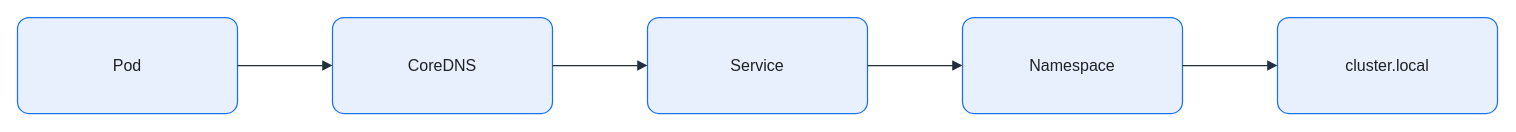
Earlier version of the draw.io diagram assets/img/kubernetes/kubernetes-fqdn-resolution.drawio (KKamJi98/kkamji98.github.io). Source tidied: cells renumbered, new cells numbered last; positions are measured from the earlier drawing's top-left corner, leaving out a move shared by most shapes. Both pictures are drawn from the tidied source at 100%, with x=0, y=0 at pixel (17, 17).
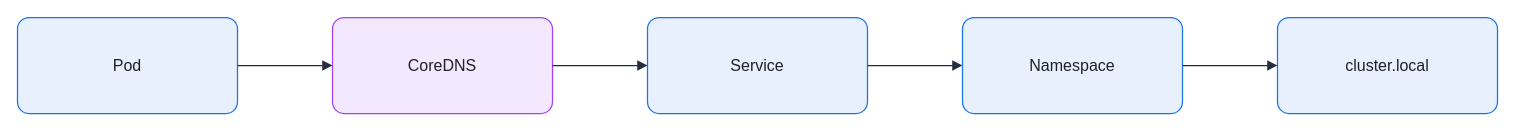
The same page after the edit.

The edit, as a diff of the source:
```diff
@@
 <mxGraphModel background="#FFFFFF">
   <root>
     <mxCell id="0" />
     <mxCell id="1" parent="0" />
     <mxCell id="2" value="Pod" style="rounded=1;arcSize=12;whiteSpace=wrap;html=0;fillColor=#E8F0FE;strokeColor=#1A73E8;strokeWidth=1.25;fontColor=#202124;fontSize=16;align=center;verticalAlign=middle;spacing=8;shadow=0;" parent="1" vertex="1">
       <mxGeometry width="220" height="96" as="geometry" />
     </mxCell>
-    <mxCell id="3" value="CoreDNS" style="rounded=1;arcSize=12;whiteSpace=wrap;html=0;fillColor=#E8F0FE;strokeColor=#1A73E8;strokeWidth=1.25;fontColor=#202124;fontSize=16;align=center;verticalAlign=middle;spacing=8;shadow=0;" parent="1" vertex="1">
+    <mxCell id="3" value="CoreDNS" style="rounded=1;arcSize=12;whiteSpace=wrap;html=0;fillColor=#F3E8FD;strokeColor=#A142F4;strokeWidth=1.25;fontColor=#202124;fontSize=16;align=center;verticalAlign=middle;spacing=8;shadow=0;" parent="1" vertex="1">
       <mxGeometry x="315" width="220" height="96" as="geometry" />
     </mxCell>
     <mxCell id="4" value="Service" style="rounded=1;arcSize=12;whiteSpace=wrap;html=0;fillColor=#E8F0FE;strokeColor=#1A73E8;strokeWidth=1.25;fontColor=#202124;fontSize=16;align=center;verticalAlign=middle;spacing=8;shadow=0;" parent="1" vertex="1">
       <mxGeometry x="630" width="220" height="96" as="geometry" />
     </mxCell>
     <mxCell id="5" value="Namespace" style="rounded=1;arcSize=12;whiteSpace=wrap;html=0;fillColor=#E8F0FE;strokeColor=#1A73E8;strokeWidth=1.25;fontColor=#202124;fontSize=16;align=center;verticalAlign=middle;spacing=8;shadow=0;" parent="1" vertex="1">
       <mxGeometry x="945" width="220" height="96" as="geometry" />
     </mxCell>
     <mxCell id="6" value="cluster.local" style="rounded=1;arcSize=12;whiteSpace=wrap;html=0;fillColor=#E8F0FE;strokeColor=#1A73E8;strokeWidth=1.25;fontColor=#202124;fontSize=16;align=center;verticalAlign=middle;spacing=8;shadow=0;" parent="1" vertex="1">
       <mxGeometry x="1260" width="220" height="96" as="geometry" />
     </mxCell>
     <mxCell id="7" style="edgeStyle=orthogonalEdgeStyle;rounded=0;jettySize=auto;html=0;endArrow=block;endFill=1;strokeColor=#232F3E;strokeWidth=1.25;fontColor=#202124;labelBackgroundColor=none;exitX=1;exitY=0.5;exitDx=0;exitDy=0;entryX=0;entryY=0.5;entryDx=0;entryDy=0;endSize=7;" parent="1" edge="1" source="2" target="3">
       <mxGeometry relative="1" as="geometry" />
     </mxCell>
     <mxCell id="8" style="edgeStyle=orthogonalEdgeStyle;rounded=0;jettySize=auto;html=0;endArrow=block;endFill=1;strokeColor=#232F3E;strokeWidth=1.25;fontColor=#202124;labelBackgroundColor=none;exitX=1;exitY=0.5;exitDx=0;exitDy=0;entryX=0;entryY=0.5;entryDx=0;entryDy=0;endSize=7;" parent="1" edge="1" source="3" target="4">
       <mxGeometry relative="1" as="geometry" />
     </mxCell>
     <mxCell id="9" style="edgeStyle=orthogonalEdgeStyle;rounded=0;jettySize=auto;html=0;endArrow=block;endFill=1;strokeColor=#232F3E;strokeWidth=1.25;fontColor=#202124;labelBackgroundColor=none;exitX=1;exitY=0.5;exitDx=0;exitDy=0;entryX=0;entryY=0.5;entryDx=0;entryDy=0;endSize=7;" parent="1" edge="1" source="4" target="5">
       <mxGeometry relative="1" as="geometry" />
     </mxCell>
     <mxCell id="10" style="edgeStyle=orthogonalEdgeStyle;rounded=0;jettySize=auto;html=0;endArrow=block;endFill=1;strokeColor=#232F3E;strokeWidth=1.25;fontColor=#202124;labelBackgroundColor=none;exitX=1;exitY=0.5;exitDx=0;exitDy=0;entryX=0;entryY=0.5;entryDx=0;entryDy=0;endSize=7;" parent="1" edge="1" source="5" target="6">
       <mxGeometry relative="1" as="geometry" />
     </mxCell>
   </root>
 </mxGraphModel>
```
